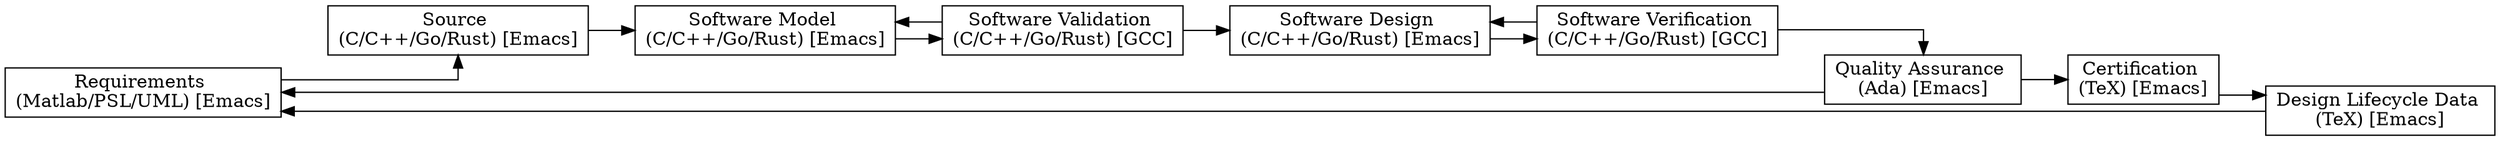
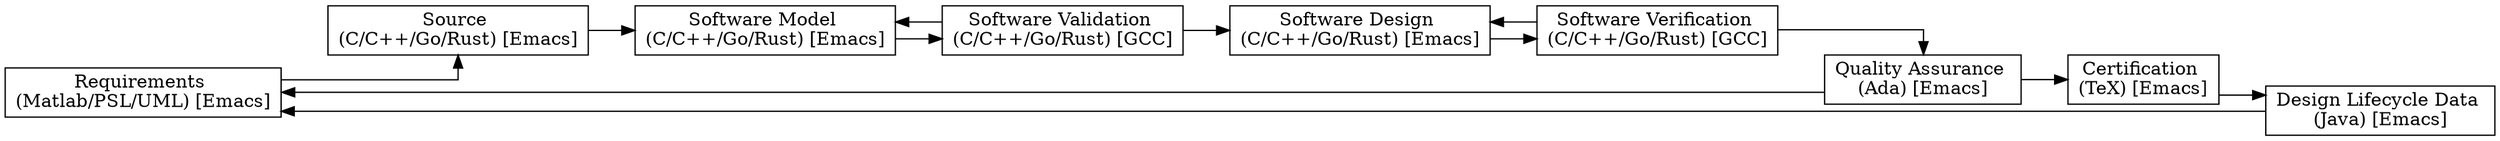
digraph Project {
  // Introduction
  graph [rankdir = LR, splines=ortho];
  node[shape=record];

  // Blocks
  Requirements[label="Requirements \n(Matlab/PSL/UML) [Emacs]"];
  Source[label="Source \n(C/C++/Go/Rust) [Emacs]"];
  Model[label="Software Model \n(C/C++/Go/Rust) [Emacs]"];
  Validation[label="Software Validation \n(C/C++/Go/Rust) [GCC]"];
  Design[label="Software Design \n(C/C++/Go/Rust) [Emacs]"];
  Verification[label="Software Verification \n(C/C++/Go/Rust) [GCC]"];
  Quality[label="Quality Assurance \n(Ada) [Emacs]"];
  Certification[label="Certification \n(TeX) [Emacs]"];
-   Lifecycle[label="Design Lifecycle Data \n(TeX) [Emacs]"];
+   Lifecycle[label="Design Lifecycle Data \n(Java) [Emacs]"];

  // Sequence
  Requirements -> Source;
  Source -> Model;
  Model -> Validation;
  Validation -> Design;
  Design -> Verification;
  Verification -> Quality;
  Quality -> Certification;
  Certification -> Lifecycle;
  Lifecycle -> Requirements;

  // Feedback
  Validation -> Model;
  Verification -> Design;
  Quality -> Requirements;
}
